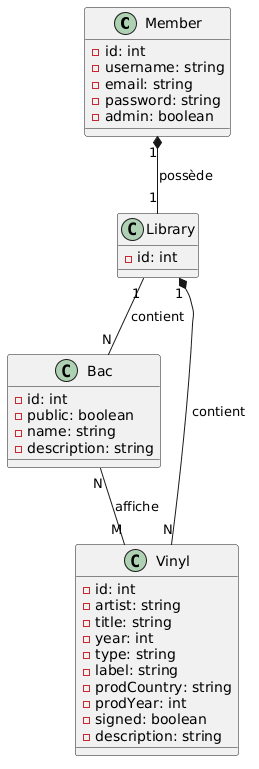
beltzantoine05/TheTurningSound keeps this PlantUML diagram as DataModel.png. Above is the earlier version. Its diagram source:
```plantuml
@startuml
class Member {
    -id: int
    -username: string
    -email: string
    -password: string
    -admin: boolean
}

class Library {
    -id: int
}

class Bac {
    -id: int
    -public: boolean
    -name: string
    -description: string
}

class Vinyl {
    -id: int
    -artist: string
    -title: string
    -year: int
    -type: string
    -label: string
    -prodCountry: string
    -prodYear: int
    -signed: boolean
    -description: string
}

Member "1" *-- "1" Library : possède
Library "1" *-- "N" Vinyl : contient
Library "1" -- "N" Bac : contient
Bac "N" -- "M" Vinyl : affiche
@enduml
```
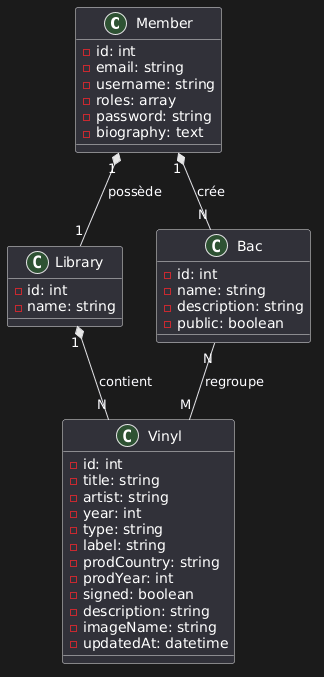
Above is the later version.

Commit message:
Modèle de données à jour (DataModel.png et sa source PlantUML DataModel.puml), mentionné dans le README

Diff of the diagram source:
```diff
@@ -1,27 +1,30 @@
 @startuml
+
 class Member {
     -id: int
+    -email: string
     -username: string
-    -email: string
+    -roles: array
     -password: string
-    -admin: boolean
+    -biography: text
 }
 
 class Library {
     -id: int
+    -name: string
 }
 
 class Bac {
     -id: int
-    -public: boolean
     -name: string
     -description: string
+    -public: boolean
 }
 
 class Vinyl {
     -id: int
+    -title: string
     -artist: string
-    -title: string
     -year: int
     -type: string
     -label: string
@@ -29,10 +32,12 @@
     -prodYear: int
     -signed: boolean
     -description: string
+    -imageName: string
+    -updatedAt: datetime
 }
 
 Member "1" *-- "1" Library : possède
 Library "1" *-- "N" Vinyl : contient
-Library "1" -- "N" Bac : contient
-Bac "N" -- "M" Vinyl : affiche
+Member "1" *-- "N" Bac : crée
+Bac "N" -- "M" Vinyl : regroupe
 @enduml
```
